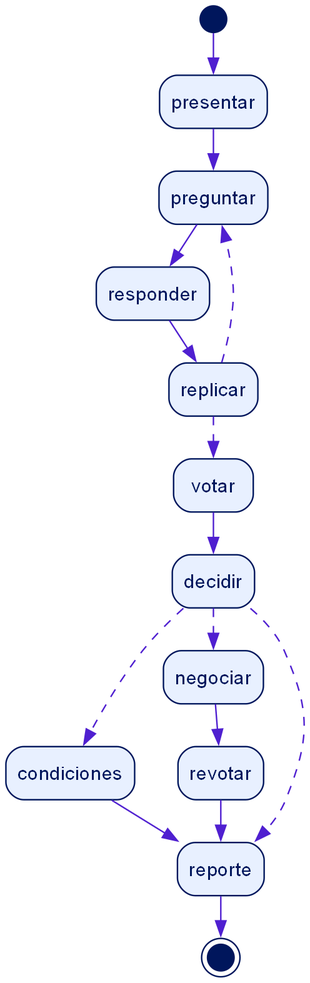
Above: docs/figuras/f06_grafo_langgraph.png in albertolopezb/NeuralHub (Graphviz), before the change. Its source is kept beside it as docs/figuras/f06_grafo_langgraph.dot. Its diagram source:
```dot
digraph G{ bgcolor=white; fontname="Helvetica"; node[fontname="Helvetica",fontsize=13,color="#00165C",fontcolor="#00165C",style="rounded,filled",fillcolor="#E8F0FF",shape=box]; edge[fontname="Helvetica",fontsize=11,color="#4F1FD0",fontcolor="#00165C"]; rankdir=TB; nodesep=.4; ranksep=.4;
__start__[shape=circle,label="",width=.25,fillcolor="#00165C"];
presentar[label="presentar"];
preguntar[label="preguntar"];
responder[label="responder"];
replicar[label="replicar"];
votar[label="votar"];
decidir[label="decidir"];
condiciones[label="condiciones"];
negociar[label="negociar"];
revotar[label="revotar"];
reporte[label="reporte"];
__end__[shape=doublecircle,label="",width=.25,fillcolor="#00165C"];
__start__->presentar[style=solid];
condiciones->reporte[style=solid];
decidir->condiciones[style=dashed];
decidir->negociar[style=dashed];
decidir->reporte[style=dashed];
negociar->revotar[style=solid];
preguntar->responder[style=solid];
presentar->preguntar[style=solid];
replicar->preguntar[style=dashed];
replicar->votar[style=dashed];
responder->replicar[style=solid];
revotar->reporte[style=solid];
votar->decidir[style=solid];
reporte->__end__[style=solid];
}
```
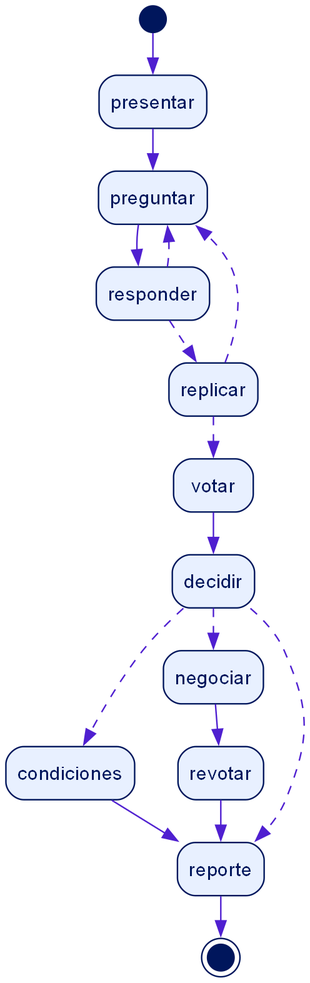
The same file after the commit.

Diff of the diagram source:
```diff
@@ -21,7 +21,8 @@
 presentar->preguntar[style=solid];
 replicar->preguntar[style=dashed];
 replicar->votar[style=dashed];
-responder->replicar[style=solid];
+responder->preguntar[style=dashed];
+responder->replicar[style=dashed];
 revotar->reporte[style=solid];
 votar->decidir[style=solid];
 reporte->__end__[style=solid];
```
